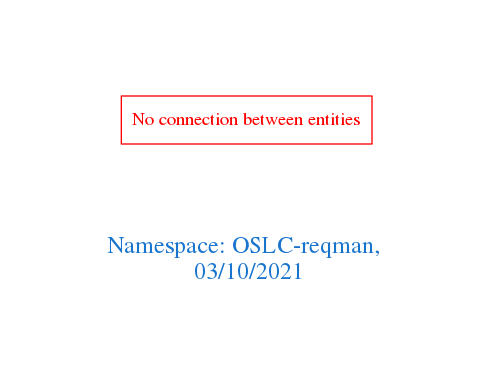
Above: downloads/OSLC-reqman.png in arago/OGIT (Graphviz), before the change. Its source is kept beside it as downloads/OSLC-reqman.dot.
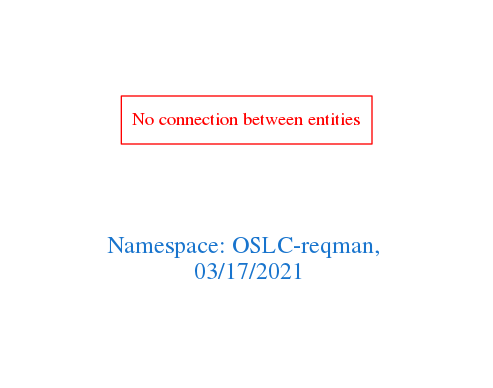
Later version of the same file.

Change to the diagram source:
```diff
@@ -1,7 +1,7 @@
 digraph OGIT_ontology {
  graph [ rankdir= LR,pad=1
 fontsize = 18,
-fontcolor= dodgerblue3,label = "\n\n\nNamespace: OSLC-reqman, \n 03/10/2021"];
+fontcolor= dodgerblue3,label = "\n\n\nNamespace: OSLC-reqman, \n 03/17/2021"];
 node[shape=polygon];
 edge [  color="gray81"];
 
```
